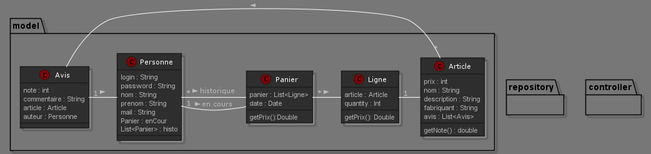
Valro666/nozama keeps this PlantUML diagram as uml-back.png. Above is the earlier version.
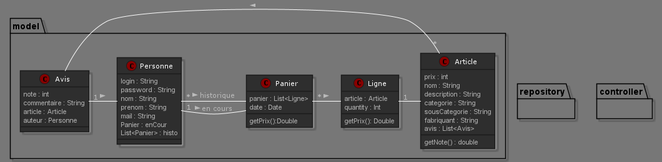
The same diagram one commit later.

Commit message:
modif uml back

Diff of the diagram source:
```diff
@@ -6,6 +6,8 @@
   {field}   prix : int
             nom : String
             description : String
+            categorie : String
+            sousCategorie : String
             fabriquant : String
             avis : List<Avis>
     {method} getNote() : double
```
